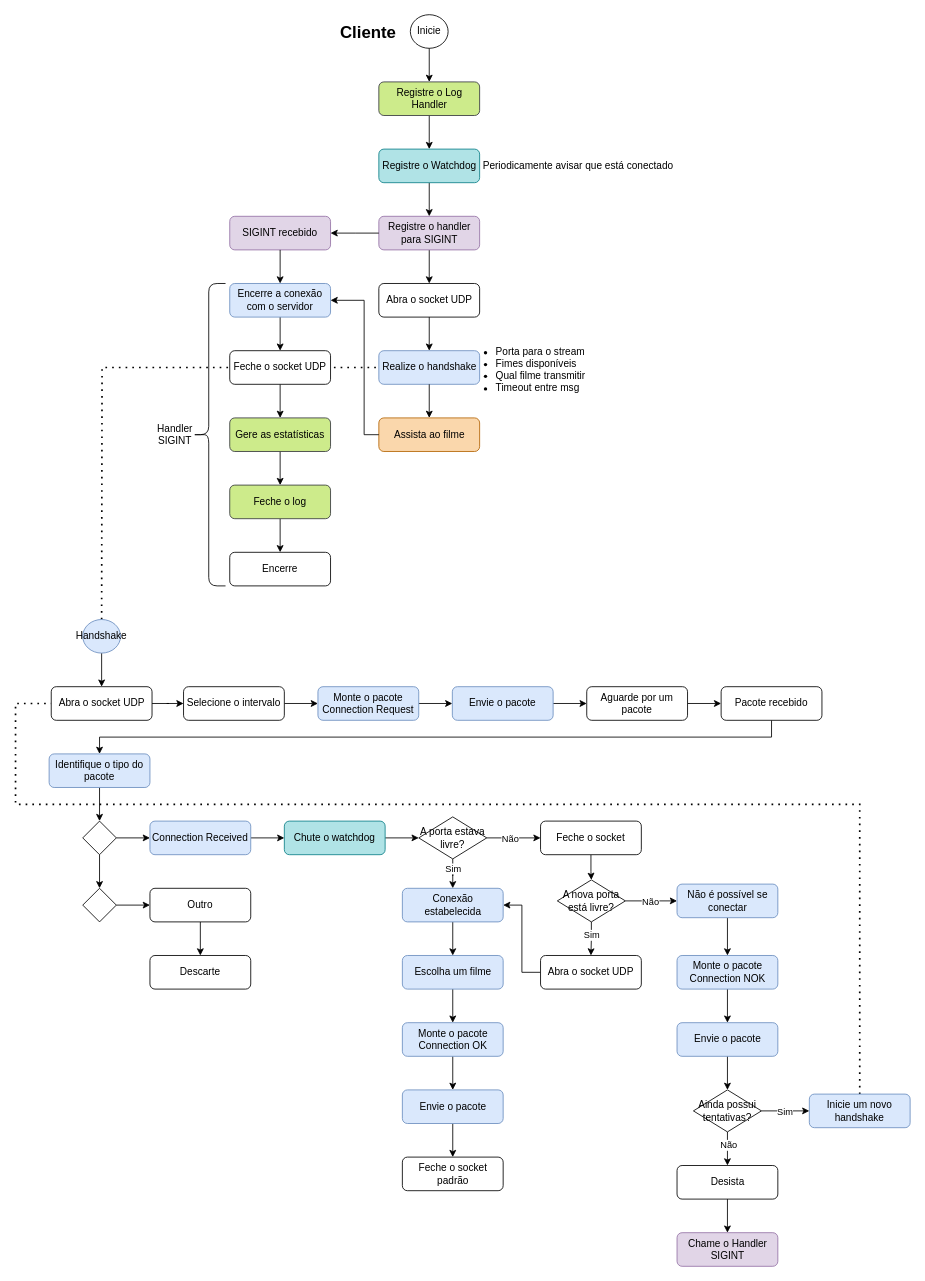
Before: page "Cliente" (2 of 7) of SRT.drawio in nico-ig/UDP-Video-Streaming, a draw.io diagram. Source tidied: cells renumbered, new cells numbered last; positions are measured from the earlier drawing's top-left corner, leaving out a move shared by most shapes. Both pictures are drawn from the tidied source at 84%, with x=0, y=0 at pixel (15, 14).
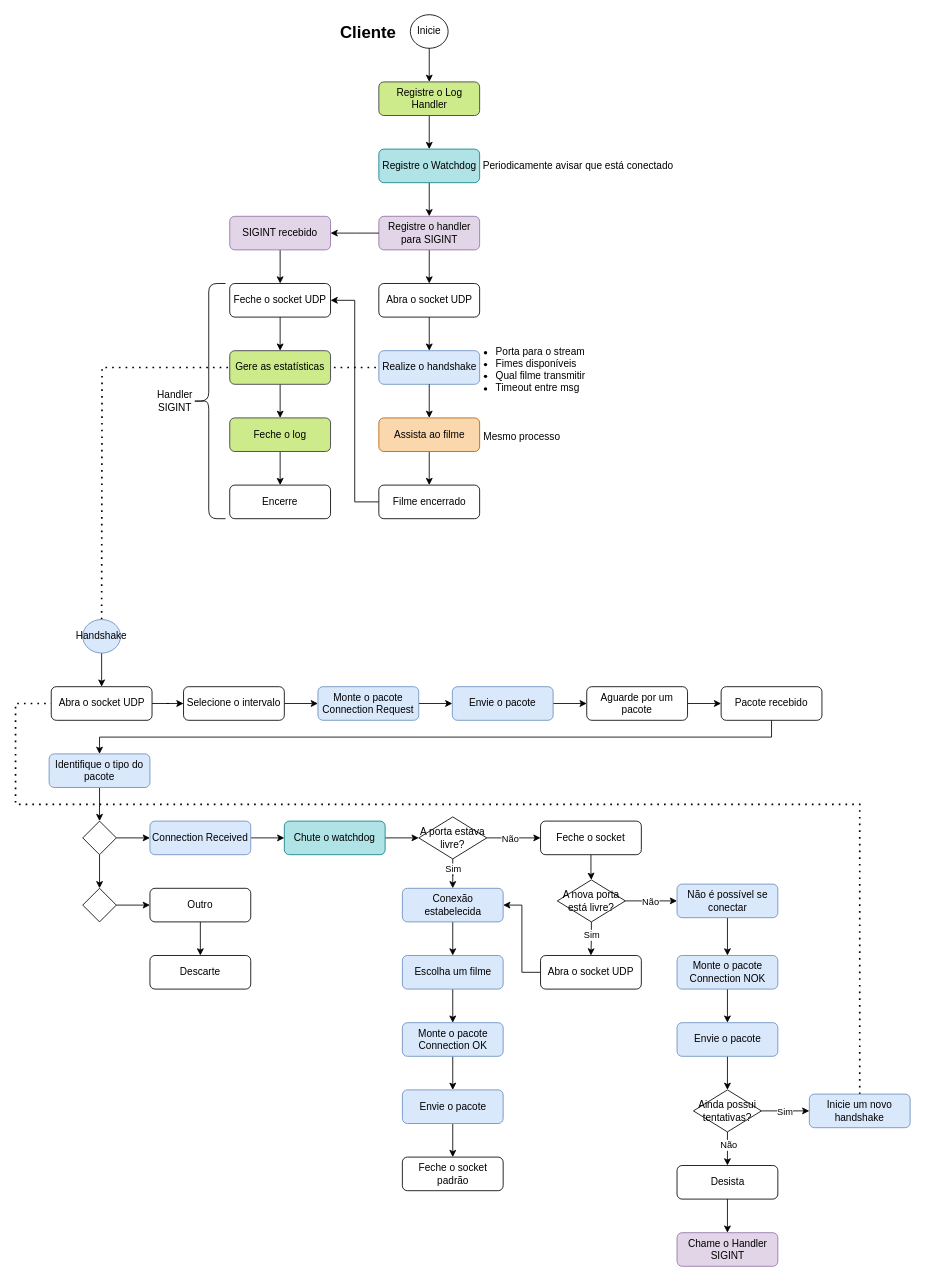
After the change.

The change refers to these unchanged cells:
```xml
<mxCell id="9" value="Assista ao filme" style="rounded=1;whiteSpace=wrap;html=1;fillColor=#fad7ac;strokeColor=#b46504;" parent="1" vertex="1">
  <mxGeometry x="432.5" y="480" width="120" height="40" as="geometry" />
</mxCell>
<mxCell id="21" value="SIGINT recebido" style="rounded=1;whiteSpace=wrap;html=1;fillColor=#e1d5e7;strokeColor=#9673a6;" parent="1" vertex="1">
  <mxGeometry x="255" y="240" width="120" height="40" as="geometry" />
</mxCell>
```

The edit, as a diff of the source:
```diff
@@
+    <mxCell id="101" style="edgeStyle=orthogonalEdgeStyle;rounded=0;jettySize=auto;html=1;exitX=0.5;exitY=1;exitDx=0;exitDy=0;entryX=0.5;entryY=0;entryDx=0;entryDy=0;" parent="1" edge="1" source="9" target="104">
+      <mxGeometry relative="1" as="geometry" />
+    </mxCell>
@@
-    <mxCell id="18" style="edgeStyle=orthogonalEdgeStyle;rounded=0;jettySize=auto;html=1;exitX=0;exitY=0.5;exitDx=0;exitDy=0;entryX=1;entryY=0.5;entryDx=0;entryDy=0;" parent="1" edge="1" source="9">
-      <mxGeometry relative="1" as="geometry">
-        <mxPoint x="375" y="340" as="targetPoint" />
-        <Array as="points">
-          <mxPoint x="415" y="500" />
-          <mxPoint x="415" y="340" />
-        </Array>
-      </mxGeometry>
-    </mxCell>
@@
+    <mxCell id="102" style="edgeStyle=orthogonalEdgeStyle;rounded=0;jettySize=auto;html=1;exitX=0.5;exitY=1;exitDx=0;exitDy=0;entryX=0.5;entryY=0;entryDx=0;entryDy=0;" parent="1" edge="1" source="21" target="24">
+      <mxGeometry relative="1" as="geometry" />
+    </mxCell>
@@
     <mxCell id="22" value="Encerre" style="rounded=1;whiteSpace=wrap;html=1;" parent="1" vertex="1">
-      <mxGeometry x="255" y="640" width="120" height="40" as="geometry" />
+      <mxGeometry x="255" y="560" width="120" height="40" as="geometry" />
     </mxCell>
-    <mxCell id="23" style="edgeStyle=orthogonalEdgeStyle;rounded=0;jettySize=auto;html=1;" parent="1" edge="1" source="24" target="29">
+    <mxCell id="23" style="edgeStyle=orthogonalEdgeStyle;rounded=0;jettySize=auto;html=1;exitX=0.5;exitY=1;exitDx=0;exitDy=0;entryX=0.5;entryY=0;entryDx=0;entryDy=0;" parent="1" edge="1" source="24" target="29">
       <mxGeometry relative="1" as="geometry" />
     </mxCell>
     <mxCell id="24" value="Feche o socket UDP" style="rounded=1;whiteSpace=wrap;html=1;" parent="1" vertex="1">
-      <mxGeometry x="255" y="400" width="120" height="40" as="geometry" />
+      <mxGeometry x="255" y="320" width="120" height="40" as="geometry" />
     </mxCell>
-    <mxCell id="25" style="edgeStyle=orthogonalEdgeStyle;rounded=0;jettySize=auto;html=1;exitX=0.5;exitY=1;exitDx=0;exitDy=0;entryX=0.5;entryY=0;entryDx=0;entryDy=0;" parent="1" edge="1" source="26" target="24">
-      <mxGeometry relative="1" as="geometry" />
-    </mxCell>
-    <mxCell id="26" value="Encerre a conexão com o servidor" style="rounded=1;whiteSpace=wrap;html=1;fillColor=#dae8fc;strokeColor=#6c8ebf;" parent="1" vertex="1">
-      <mxGeometry x="255" y="320" width="120" height="40" as="geometry" />
-    </mxCell>
-    <mxCell id="27" style="edgeStyle=orthogonalEdgeStyle;rounded=0;jettySize=auto;html=1;exitX=0.5;exitY=1;exitDx=0;exitDy=0;entryX=0.5;entryY=0;entryDx=0;entryDy=0;" parent="1" edge="1" source="21" target="26">
-      <mxGeometry relative="1" as="geometry" />
-    </mxCell>
@@
     <mxCell id="29" value="Gere as estatísticas" style="rounded=1;whiteSpace=wrap;html=1;fillColor=#cdeb8b;strokeColor=#36393d;" parent="1" vertex="1">
-      <mxGeometry x="255" y="480" width="120" height="40" as="geometry" />
+      <mxGeometry x="255" y="400" width="120" height="40" as="geometry" />
     </mxCell>
@@
     <mxCell id="31" value="Feche o log" style="rounded=1;whiteSpace=wrap;html=1;fillColor=#cdeb8b;strokeColor=#36393d;" parent="1" vertex="1">
-      <mxGeometry x="255" y="560" width="120" height="40" as="geometry" />
+      <mxGeometry x="255" y="480" width="120" height="40" as="geometry" />
     </mxCell>
     <mxCell id="32" style="shape=curlyBracket;whiteSpace=wrap;html=1;rounded=1;labelPosition=left;verticalLabelPosition=middle;align=right;verticalAlign=middle;size=0.5;" parent="1" vertex="1">
-      <mxGeometry x="210" y="320" width="40" height="360" as="geometry" />
+      <mxGeometry x="210" y="320" width="40" height="280" as="geometry" />
     </mxCell>
     <mxCell id="33" value="Handler SIGINT" style="text;html=1;strokeColor=none;fillColor=none;align=center;verticalAlign=middle;whiteSpace=wrap;rounded=0;" parent="1" vertex="1">
-      <mxGeometry x="160" y="485" width="60" height="30" as="geometry" />
+      <mxGeometry x="160" y="445" width="60" height="30" as="geometry" />
     </mxCell>
@@
+    <mxCell id="103" style="edgeStyle=orthogonalEdgeStyle;rounded=0;jettySize=auto;html=1;exitX=0;exitY=0.5;exitDx=0;exitDy=0;entryX=1;entryY=0.5;entryDx=0;entryDy=0;" parent="1" edge="1" source="104" target="24">
+      <mxGeometry relative="1" as="geometry" />
+    </mxCell>
+    <mxCell id="104" value="Filme encerrado" style="rounded=1;whiteSpace=wrap;html=1;" parent="1" vertex="1">
+      <mxGeometry x="432.5" y="560" width="120" height="40" as="geometry" />
+    </mxCell>
+    <mxCell id="105" value="Mesmo processo" style="text;html=1;strokeColor=none;fillColor=none;align=center;verticalAlign=middle;whiteSpace=wrap;rounded=0;" parent="1" vertex="1">
+      <mxGeometry x="552.5" y="485" width="100" height="35" as="geometry" />
+    </mxCell>
```
